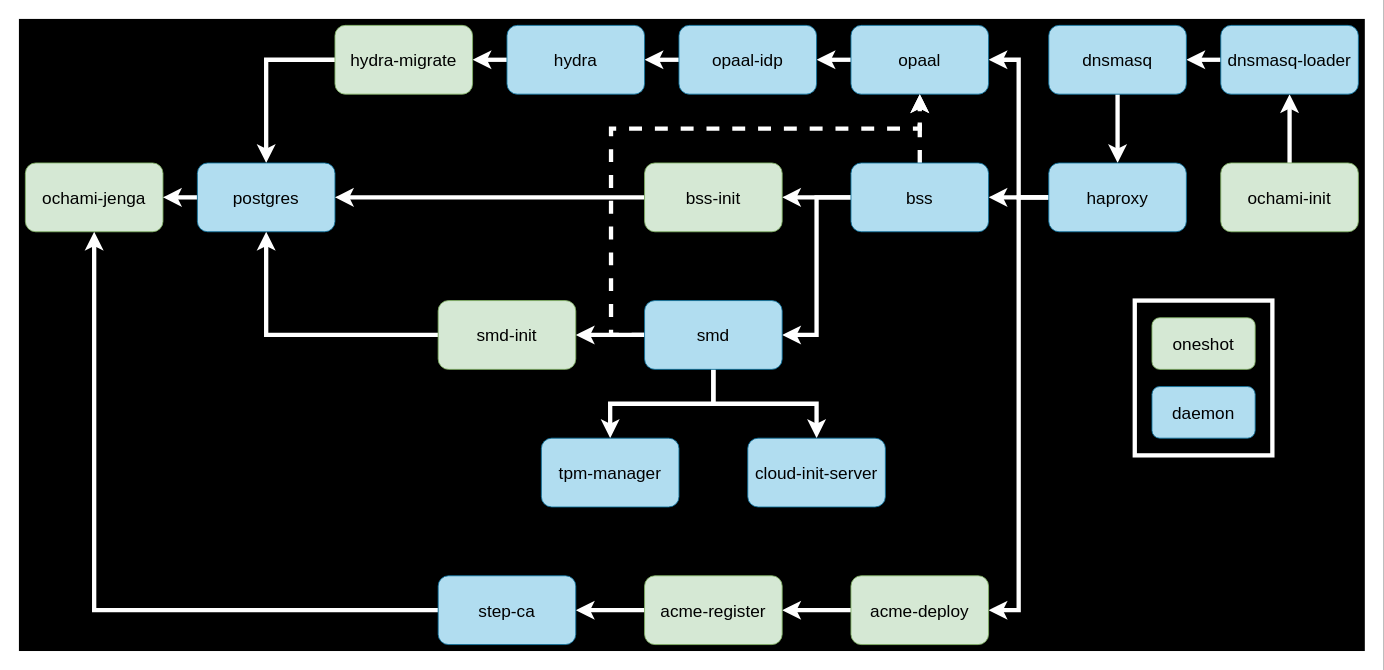
This is podman_quadlets_flow.drawio from OpenCHAMI/mini-bootcamp, a draw.io file, before an edit. Source tidied: cells renumbered, new cells numbered last; positions are measured from the earlier drawing's top-left corner, leaving out a move shared by most shapes. Both pictures are drawn from the tidied source at 86%, with x=0, y=0 at pixel (16, 16).
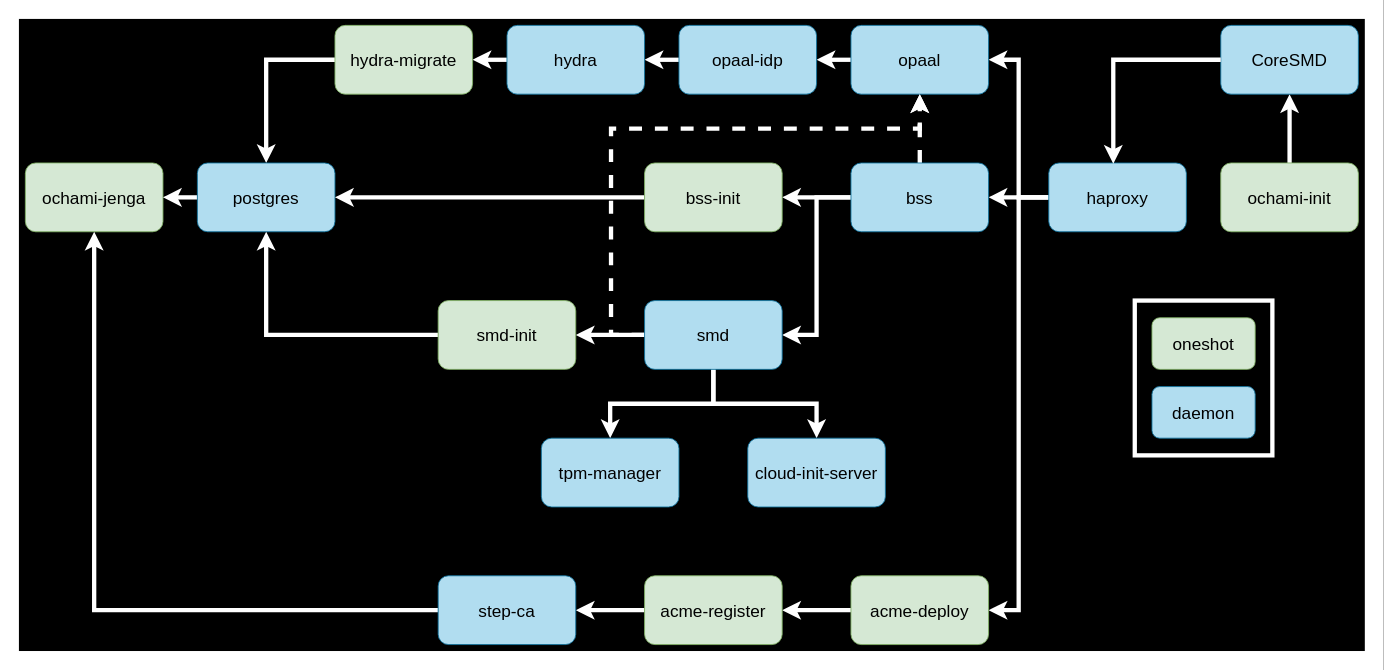
Above is the later version.

Unchanged cells that the change refers to:
```xml
<mxCell id="15" value="&lt;font style=&quot;font-size: 20px;&quot;&gt;haproxy&lt;/font&gt;" style="rounded=1;whiteSpace=wrap;html=1;fillColor=#b1ddf0;strokeColor=#10739e;" parent="1" vertex="1">
  <mxGeometry x="1200" y="170" width="160" height="80" as="geometry" />
</mxCell>
```

What changed in the source:
```diff
@@
-    <mxCell id="7" style="edgeStyle=orthogonalEdgeStyle;rounded=0;jettySize=auto;html=1;" parent="1" edge="1" source="9" target="11">
-      <mxGeometry relative="1" as="geometry" />
-    </mxCell>
-    <mxCell id="8" style="edgeStyle=orthogonalEdgeStyle;rounded=0;jettySize=auto;html=1;strokeColor=#FFFFFF;strokeWidth=5;" parent="1" edge="1" source="9" target="11">
-      <mxGeometry relative="1" as="geometry" />
-    </mxCell>
-    <mxCell id="9" value="&lt;font style=&quot;font-size: 20px;&quot;&gt;dnsmasq-loader&lt;/font&gt;" style="rounded=1;whiteSpace=wrap;html=1;fillColor=#b1ddf0;strokeColor=#10739e;" parent="1" vertex="1">
+    <mxCell id="9" value="&lt;font style=&quot;font-size: 20px;&quot;&gt;CoreSMD&lt;/font&gt;" style="rounded=1;whiteSpace=wrap;html=1;fillColor=#b1ddf0;strokeColor=#10739e;" parent="1" vertex="1">
       <mxGeometry x="1400" y="10" width="160" height="80" as="geometry" />
     </mxCell>
-    <mxCell id="10" style="edgeStyle=orthogonalEdgeStyle;rounded=0;jettySize=auto;html=1;strokeColor=#FFFFFF;strokeWidth=5;" parent="1" edge="1" source="11" target="15">
-      <mxGeometry relative="1" as="geometry" />
-    </mxCell>
-    <mxCell id="11" value="&lt;font style=&quot;font-size: 20px;&quot;&gt;dnsmasq&lt;/font&gt;" style="rounded=1;whiteSpace=wrap;html=1;fillColor=#b1ddf0;strokeColor=#10739e;" parent="1" vertex="1">
-      <mxGeometry x="1200" y="10" width="160" height="80" as="geometry" />
-    </mxCell>
@@
+    <mxCell id="49" style="edgeStyle=orthogonalEdgeStyle;rounded=0;jettySize=auto;html=1;strokeColor=#FFFFFF;strokeWidth=5;exitX=0;exitY=0.5;exitDx=0;exitDy=0;entryX=0.469;entryY=0.011;entryDx=0;entryDy=0;entryPerimeter=0;" parent="1" edge="1" source="9" target="15">
+      <mxGeometry relative="1" as="geometry" />
+    </mxCell>
```
